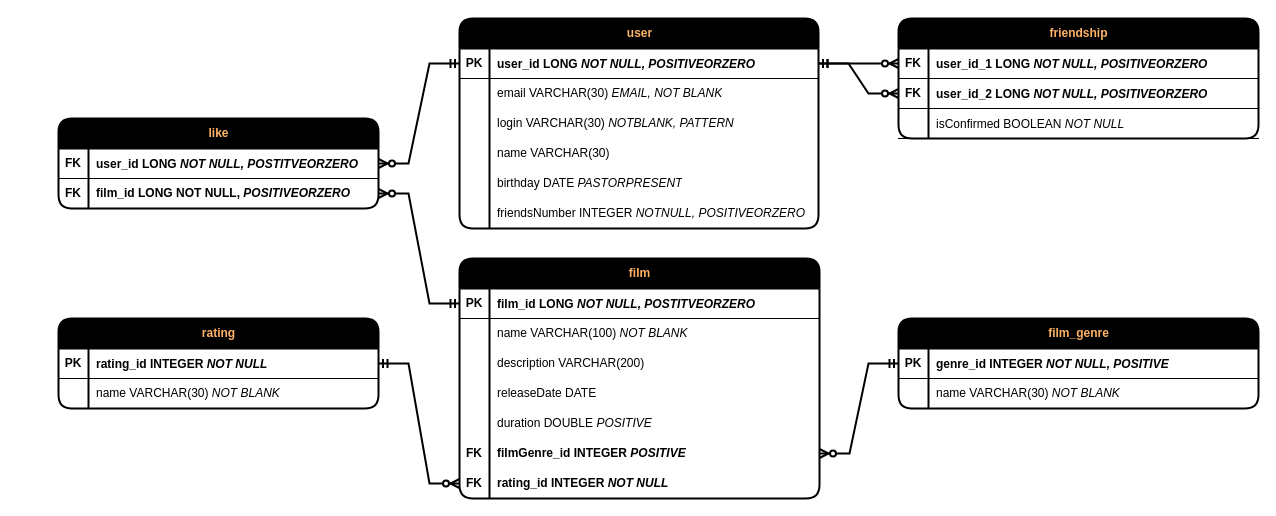
MironovNikita/java-filmorate keeps this draw.io diagram as Filmorate Database scheme.drawio. Above is the earlier version. Source tidied: cells renumbered, new cells numbered last; positions are measured from the earlier drawing's top-left corner, leaving out a move shared by most shapes. Both pictures are drawn from the tidied source at 100%, with x=0, y=0 at pixel (58, 18).
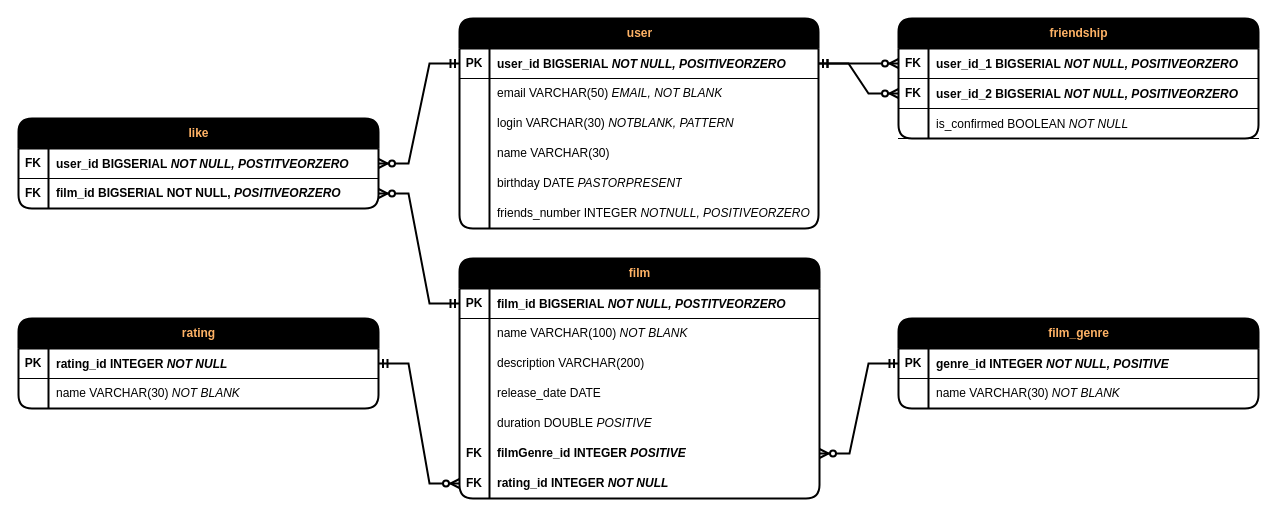
The same page after the edit.

Commit message (it also covers changes not shown here):
Исправление схемы БД по замечаниям взаимопроверки на промежуточном ТЗ11

The change refers to these unchanged cells:
```xml
<mxCell id="3" style="shape=tableRow;horizontal=0;startSize=0;swimlaneHead=0;swimlaneBody=0;fillColor=none;points=[[0,0.5],[1,0.5]];portConstraint=eastwest;top=0;left=0;right=0;bottom=1;" parent="2" vertex="1">
  <mxGeometry y="30" width="360" height="30" as="geometry" />
</mxCell>
<mxCell id="12" style="shape=tableRow;horizontal=0;startSize=0;swimlaneHead=0;swimlaneBody=0;fillColor=none;top=0;left=0;right=0;bottom=0;" parent="2" vertex="1">
  <mxGeometry y="120" width="360" height="30" as="geometry" />
</mxCell>
<mxCell id="25" style="shape=tableRow;horizontal=0;startSize=0;swimlaneHead=0;swimlaneBody=0;fillColor=none;points=[[0,0.5],[1,0.5]];portConstraint=eastwest;top=0;left=0;right=0;bottom=1;" parent="24" vertex="1">
  <mxGeometry y="30" width="359" height="30" as="geometry" />
</mxCell>
<mxCell id="28" style="shape=tableRow;horizontal=0;startSize=0;swimlaneHead=0;swimlaneBody=0;fillColor=none;top=0;left=0;right=0;bottom=0;" parent="24" vertex="1">
  <mxGeometry y="60" width="359" height="30" as="geometry" />
</mxCell>
<mxCell id="40" style="shape=tableRow;horizontal=0;startSize=0;swimlaneHead=0;swimlaneBody=0;fillColor=none;top=0;left=0;right=0;bottom=0;" parent="24" vertex="1">
  <mxGeometry y="180" width="359" height="30" as="geometry" />
</mxCell>
<mxCell id="44" style="shape=tableRow;horizontal=0;startSize=0;swimlaneHead=0;swimlaneBody=0;fillColor=none;points=[[0,0.5],[1,0.5]];portConstraint=eastwest;top=0;left=0;right=0;bottom=1;" parent="43" vertex="1">
  <mxGeometry y="30" width="360" height="30" as="geometry" />
</mxCell>
<mxCell id="47" style="shape=tableRow;horizontal=0;startSize=0;swimlaneHead=0;swimlaneBody=0;fillColor=none;points=[[0,0.5],[1,0.5]];portConstraint=eastwest;top=0;left=0;right=0;bottom=1;" parent="43" vertex="1">
  <mxGeometry y="60" width="360" height="30" as="geometry" />
</mxCell>
<mxCell id="50" style="shape=tableRow;horizontal=0;startSize=0;swimlaneHead=0;swimlaneBody=0;fillColor=none;top=0;left=0;right=0;bottom=1;" parent="43" vertex="1">
  <mxGeometry y="90" width="360" height="30" as="geometry" />
</mxCell>
```

Change to the diagram source:
```diff
@@
-    <mxCell id="5" value="&lt;p style=&quot;line-height: 0%;&quot;&gt;&lt;span style=&quot;border-color: var(--border-color);&quot;&gt;film_id LONG &lt;i&gt;NOT NULL, POSTITVEORZERO&lt;/i&gt;&lt;/span&gt;&lt;/p&gt;" style="shape=partialRectangle;fillColor=none;top=0;left=0;bottom=0;right=0;align=left;spacingLeft=6;fontStyle=1;overflow=hidden;whiteSpace=wrap;html=1;strokeColor=default;labelBackgroundColor=default;" parent="3" vertex="1">
+    <mxCell id="5" value="&lt;p style=&quot;line-height: 0%;&quot;&gt;&lt;span style=&quot;border-color: var(--border-color);&quot;&gt;film_id BIGSERIAL&amp;nbsp;&lt;i&gt;NOT NULL, POSTITVEORZERO&lt;/i&gt;&lt;/span&gt;&lt;/p&gt;" style="shape=partialRectangle;fillColor=none;top=0;left=0;bottom=0;right=0;align=left;spacingLeft=6;fontStyle=1;overflow=hidden;whiteSpace=wrap;html=1;strokeColor=default;labelBackgroundColor=default;" parent="3" vertex="1">
       <mxGeometry x="30" width="330" height="30" as="geometry" />
     </mxCell>
@@
-    <mxCell id="14" value="releaseDate DATE" style="shape=partialRectangle;fillColor=none;top=0;left=0;bottom=0;right=0;align=left;spacingLeft=6;overflow=hidden;whiteSpace=wrap;html=1;" parent="12" vertex="1">
+    <mxCell id="14" value="release_date DATE" style="shape=partialRectangle;fillColor=none;top=0;left=0;bottom=0;right=0;align=left;spacingLeft=6;overflow=hidden;whiteSpace=wrap;html=1;" parent="12" vertex="1">
       <mxGeometry x="30" width="330" height="30" as="geometry" />
     </mxCell>
@@
-    <mxCell id="27" value="&lt;p style=&quot;line-height: 0%;&quot;&gt;&lt;span style=&quot;border-color: var(--border-color);&quot;&gt;user_id LONG &lt;i&gt;NOT NULL, POSITIVEORZERO&lt;/i&gt;&lt;/span&gt;&lt;/p&gt;" style="shape=partialRectangle;fillColor=none;top=0;left=0;bottom=0;right=0;align=left;spacingLeft=6;fontStyle=1;overflow=hidden;whiteSpace=wrap;html=1;strokeColor=default;labelBackgroundColor=default;" parent="25" vertex="1">
+    <mxCell id="27" value="&lt;p style=&quot;line-height: 0%;&quot;&gt;&lt;span style=&quot;border-color: var(--border-color);&quot;&gt;user_id&amp;nbsp;BIGSERIAL&amp;nbsp;&lt;i&gt;NOT NULL, POSITIVEORZERO&lt;/i&gt;&lt;/span&gt;&lt;/p&gt;" style="shape=partialRectangle;fillColor=none;top=0;left=0;bottom=0;right=0;align=left;spacingLeft=6;fontStyle=1;overflow=hidden;whiteSpace=wrap;html=1;strokeColor=default;labelBackgroundColor=default;" parent="25" vertex="1">
       <mxGeometry x="30" width="329" height="30" as="geometry" />
     </mxCell>
@@
-    <mxCell id="30" value="email VARCHAR(30) &lt;i&gt;EMAIL,&lt;/i&gt;&amp;nbsp;&lt;i&gt;NOT BLANK&lt;/i&gt;" style="shape=partialRectangle;fillColor=none;top=0;left=0;bottom=0;right=0;align=left;spacingLeft=6;overflow=hidden;whiteSpace=wrap;html=1;" parent="28" vertex="1">
+    <mxCell id="30" value="email VARCHAR(50) &lt;i&gt;EMAIL,&lt;/i&gt;&amp;nbsp;&lt;i&gt;NOT BLANK&lt;/i&gt;" style="shape=partialRectangle;fillColor=none;top=0;left=0;bottom=0;right=0;align=left;spacingLeft=6;overflow=hidden;whiteSpace=wrap;html=1;" parent="28" vertex="1">
       <mxGeometry x="30" width="329" height="30" as="geometry" />
     </mxCell>
@@
-    <mxCell id="42" value="friendsNumber INTEGER &lt;i&gt;NOTNULL, POSITIVEORZERO&lt;/i&gt;" style="shape=partialRectangle;fillColor=none;top=0;left=0;bottom=0;right=0;align=left;spacingLeft=6;overflow=hidden;whiteSpace=wrap;html=1;" parent="40" vertex="1">
+    <mxCell id="42" value="friends_number INTEGER &lt;i&gt;NOTNULL, POSITIVEORZERO&lt;/i&gt;" style="shape=partialRectangle;fillColor=none;top=0;left=0;bottom=0;right=0;align=left;spacingLeft=6;overflow=hidden;whiteSpace=wrap;html=1;" parent="40" vertex="1">
       <mxGeometry x="30" width="329" height="30" as="geometry" />
     </mxCell>
@@
-    <mxCell id="46" value="&lt;p style=&quot;line-height: 0%;&quot;&gt;&lt;span style=&quot;border-color: var(--border-color);&quot;&gt;user_id_1 LONG &lt;i&gt;NOT NULL, POSITIVEORZERO&lt;/i&gt;&lt;/span&gt;&lt;/p&gt;" style="shape=partialRectangle;fillColor=none;top=0;left=0;bottom=0;right=0;align=left;spacingLeft=6;fontStyle=1;overflow=hidden;whiteSpace=wrap;html=1;strokeColor=default;labelBackgroundColor=default;" parent="44" vertex="1">
+    <mxCell id="46" value="&lt;p style=&quot;line-height: 0%;&quot;&gt;&lt;span style=&quot;border-color: var(--border-color);&quot;&gt;user_id_1&amp;nbsp;BIGSERIAL&amp;nbsp;&lt;i&gt;NOT NULL, POSITIVEORZERO&lt;/i&gt;&lt;/span&gt;&lt;/p&gt;" style="shape=partialRectangle;fillColor=none;top=0;left=0;bottom=0;right=0;align=left;spacingLeft=6;fontStyle=1;overflow=hidden;whiteSpace=wrap;html=1;strokeColor=default;labelBackgroundColor=default;" parent="44" vertex="1">
       <mxGeometry x="30" width="330" height="30" as="geometry" />
     </mxCell>
@@
-    <mxCell id="49" value="&lt;p style=&quot;line-height: 0%;&quot;&gt;&lt;span style=&quot;border-color: var(--border-color);&quot;&gt;user_id_2 LONG &lt;i&gt;NOT NULL, POSITIVEORZERO&lt;/i&gt;&lt;/span&gt;&lt;/p&gt;" style="shape=partialRectangle;fillColor=none;top=0;left=0;bottom=0;right=0;align=left;spacingLeft=6;fontStyle=1;overflow=hidden;whiteSpace=wrap;html=1;strokeColor=default;labelBackgroundColor=default;" parent="47" vertex="1">
+    <mxCell id="49" value="&lt;p style=&quot;line-height: 0%;&quot;&gt;&lt;span style=&quot;border-color: var(--border-color);&quot;&gt;user_id_2&amp;nbsp;BIGSERIAL&amp;nbsp;&lt;i&gt;NOT NULL, POSITIVEORZERO&lt;/i&gt;&lt;/span&gt;&lt;/p&gt;" style="shape=partialRectangle;fillColor=none;top=0;left=0;bottom=0;right=0;align=left;spacingLeft=6;fontStyle=1;overflow=hidden;whiteSpace=wrap;html=1;strokeColor=default;labelBackgroundColor=default;" parent="47" vertex="1">
       <mxGeometry x="30" width="330" height="30" as="geometry" />
     </mxCell>
@@
-    <mxCell id="52" value="&lt;p style=&quot;line-height: 0%;&quot;&gt;&lt;span style=&quot;font-weight: normal;&quot;&gt;isConfirmed BOOLEAN &lt;i&gt;NOT NULL&lt;/i&gt;&lt;/span&gt;&lt;/p&gt;" style="shape=partialRectangle;fillColor=none;top=0;left=0;bottom=0;right=0;align=left;spacingLeft=6;fontStyle=1;overflow=hidden;whiteSpace=wrap;html=1;strokeColor=default;labelBackgroundColor=default;" parent="50" vertex="1">
+    <mxCell id="52" value="&lt;p style=&quot;line-height: 0%;&quot;&gt;&lt;span style=&quot;font-weight: normal;&quot;&gt;is_confirmed BOOLEAN &lt;i&gt;NOT NULL&lt;/i&gt;&lt;/span&gt;&lt;/p&gt;" style="shape=partialRectangle;fillColor=none;top=0;left=0;bottom=0;right=0;align=left;spacingLeft=6;fontStyle=1;overflow=hidden;whiteSpace=wrap;html=1;strokeColor=default;labelBackgroundColor=default;" parent="50" vertex="1">
       <mxGeometry x="30" width="330" height="30" as="geometry" />
     </mxCell>
@@
     <mxCell id="55" value="&lt;font color=&quot;#ffb366&quot;&gt;rating&lt;/font&gt;" style="shape=table;startSize=30;childLayout=tableLayout;rowLines=0;fontStyle=1;align=center;html=1;fillColor=#000000;rounded=1;shadow=0;swimlaneLine=1;strokeWidth=2;" parent="1" vertex="1">
-      <mxGeometry y="300" width="320" height="90" as="geometry" />
+      <mxGeometry x="-40" y="300" width="360" height="90" as="geometry" />
     </mxCell>
     <mxCell id="56" style="shape=tableRow;horizontal=0;startSize=0;swimlaneHead=0;swimlaneBody=0;fillColor=none;points=[[0,0.5],[1,0.5]];portConstraint=eastwest;top=0;left=0;right=0;bottom=1;" parent="55" vertex="1">
-      <mxGeometry y="30" width="320" height="30" as="geometry" />
+      <mxGeometry y="30" width="360" height="30" as="geometry" />
     </mxCell>
@@
     <mxCell id="58" value="&lt;p style=&quot;line-height: 0%;&quot;&gt;rating_id INTEGER &lt;i&gt;NOT NULL&lt;/i&gt;&lt;/p&gt;" style="shape=partialRectangle;fillColor=none;top=0;left=0;bottom=0;right=0;align=left;spacingLeft=6;fontStyle=1;overflow=hidden;whiteSpace=wrap;html=1;strokeColor=default;labelBackgroundColor=default;" parent="56" vertex="1">
-      <mxGeometry x="30" width="290" height="30" as="geometry" />
+      <mxGeometry x="30" width="330" height="30" as="geometry" />
     </mxCell>
     <mxCell id="59" style="shape=tableRow;horizontal=0;startSize=0;swimlaneHead=0;swimlaneBody=0;fillColor=none;top=0;left=0;right=0;bottom=0;" parent="55" vertex="1">
-      <mxGeometry y="60" width="320" height="30" as="geometry" />
+      <mxGeometry y="60" width="360" height="30" as="geometry" />
     </mxCell>
@@
     <mxCell id="61" value="name VARCHAR(30) &lt;i&gt;NOT BLANK&lt;/i&gt;" style="shape=partialRectangle;fillColor=none;top=0;left=0;bottom=0;right=0;align=left;spacingLeft=6;overflow=hidden;whiteSpace=wrap;html=1;" parent="59" vertex="1">
-      <mxGeometry x="30" width="290" height="30" as="geometry" />
+      <mxGeometry x="30" width="330" height="30" as="geometry" />
     </mxCell>
@@
     <mxCell id="63" value="&lt;font color=&quot;#ffb366&quot;&gt;like&lt;/font&gt;" style="shape=table;startSize=30;childLayout=tableLayout;rowLines=0;fontStyle=1;align=center;html=1;fillColor=#000000;rounded=1;shadow=0;swimlaneLine=1;strokeWidth=2;" parent="1" vertex="1">
-      <mxGeometry y="100" width="320" height="90" as="geometry" />
+      <mxGeometry x="-40" y="100" width="360" height="90" as="geometry" />
     </mxCell>
     <mxCell id="64" style="shape=tableRow;horizontal=0;startSize=0;swimlaneHead=0;swimlaneBody=0;fillColor=none;points=[[0,0.5],[1,0.5]];portConstraint=eastwest;top=0;left=0;right=0;bottom=1;" parent="63" vertex="1">
-      <mxGeometry y="30" width="320" height="30" as="geometry" />
+      <mxGeometry y="30" width="360" height="30" as="geometry" />
     </mxCell>
@@
-    <mxCell id="66" value="&lt;p style=&quot;line-height: 0%;&quot;&gt;user_id LONG&amp;nbsp;&lt;i style=&quot;border-color: var(--border-color);&quot;&gt;NOT NULL, POSTITVEORZERO&lt;/i&gt;&lt;br&gt;&lt;/p&gt;" style="shape=partialRectangle;fillColor=none;top=0;left=0;bottom=0;right=0;align=left;spacingLeft=6;fontStyle=1;overflow=hidden;whiteSpace=wrap;html=1;strokeColor=default;labelBackgroundColor=default;" parent="64" vertex="1">
-      <mxGeometry x="30" width="290" height="30" as="geometry" />
+    <mxCell id="66" value="&lt;p style=&quot;line-height: 0%;&quot;&gt;user_id&amp;nbsp;BIGSERIAL&amp;nbsp;&lt;i style=&quot;border-color: var(--border-color);&quot;&gt;NOT NULL, POSTITVEORZERO&lt;/i&gt;&lt;br&gt;&lt;/p&gt;" style="shape=partialRectangle;fillColor=none;top=0;left=0;bottom=0;right=0;align=left;spacingLeft=6;fontStyle=1;overflow=hidden;whiteSpace=wrap;html=1;strokeColor=default;labelBackgroundColor=default;" parent="64" vertex="1">
+      <mxGeometry x="30" width="330" height="30" as="geometry" />
     </mxCell>
     <mxCell id="67" style="shape=tableRow;horizontal=0;startSize=0;swimlaneHead=0;swimlaneBody=0;fillColor=none;points=[[0,0.5],[1,0.5]];portConstraint=eastwest;top=0;left=0;right=0;bottom=0;" parent="63" vertex="1">
-      <mxGeometry y="60" width="320" height="30" as="geometry" />
+      <mxGeometry y="60" width="360" height="30" as="geometry" />
     </mxCell>
@@
-    <mxCell id="69" value="&lt;b&gt;film_id LONG NOT NULL, &lt;i&gt;POSITIVEORZERO&lt;/i&gt;&lt;/b&gt;" style="shape=partialRectangle;fillColor=none;top=0;left=0;bottom=0;right=0;align=left;spacingLeft=6;overflow=hidden;whiteSpace=wrap;html=1;" parent="67" vertex="1">
-      <mxGeometry x="30" width="290" height="30" as="geometry" />
+    <mxCell id="69" value="&lt;b&gt;film_id&amp;nbsp;BIGSERIAL&amp;nbsp;NOT NULL, &lt;i&gt;POSITIVEORZERO&lt;/i&gt;&lt;/b&gt;" style="shape=partialRectangle;fillColor=none;top=0;left=0;bottom=0;right=0;align=left;spacingLeft=6;overflow=hidden;whiteSpace=wrap;html=1;" parent="67" vertex="1">
+      <mxGeometry x="30" width="330" height="30" as="geometry" />
     </mxCell>
```
